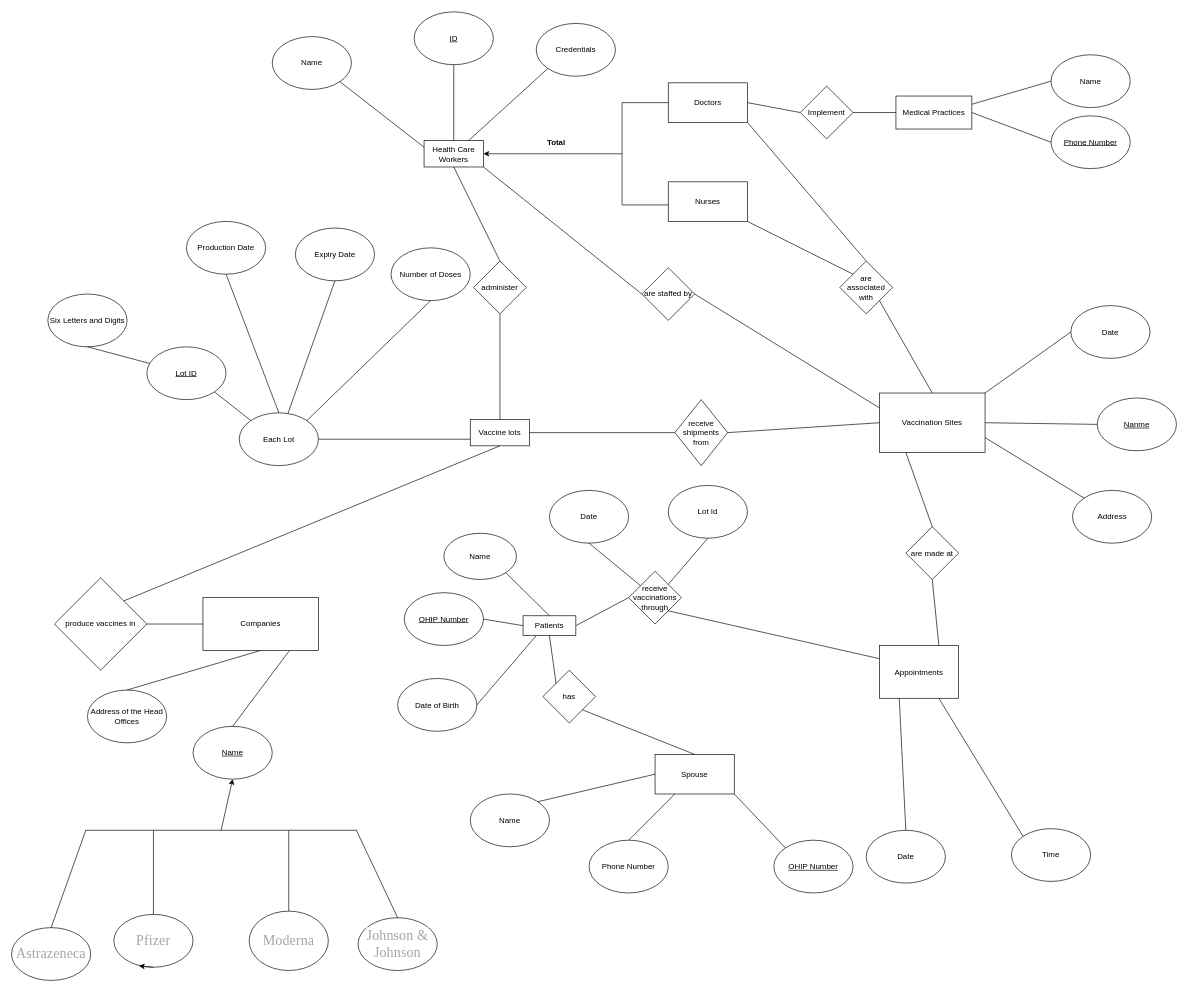
The draw.io diagram as1.drawio in Jonascccc/CISC332, before the edit. Source tidied: cells renumbered, new cells numbered last; positions are measured from the earlier drawing's top-left corner, leaving out a move shared by most shapes. Both pictures are drawn from the tidied source at 66%, with x=0, y=0 at pixel (11, 11).
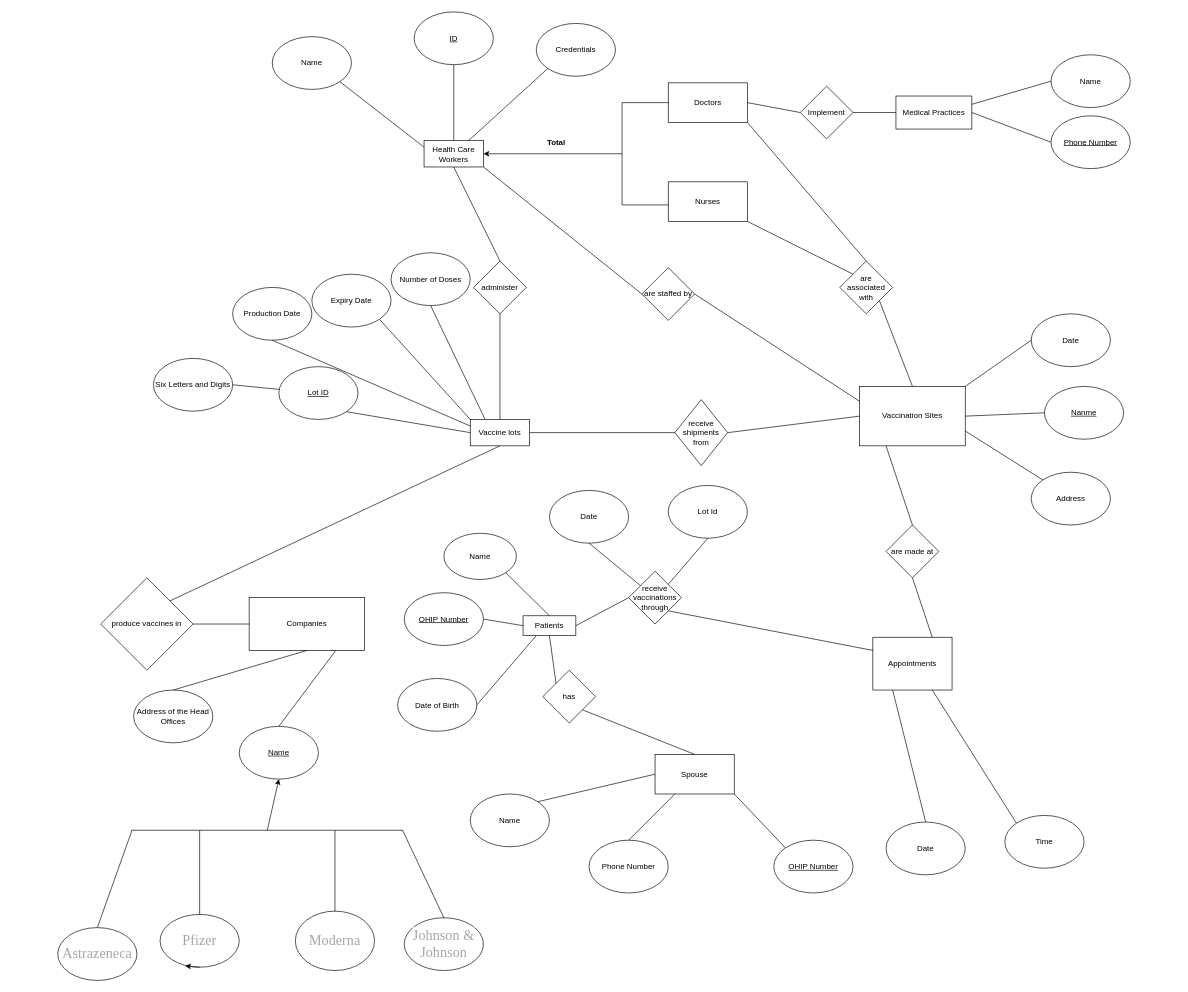
The same diagram, later.

Unchanged cells that the change refers to:
```xml
<mxCell id="3" value="Vaccine lots" style="rounded=0;whiteSpace=wrap;html=1;" parent="1" vertex="1">
  <mxGeometry x="695" y="618" width="90" height="40" as="geometry" />
</mxCell>
```

Diff of the diagram source:
```diff
@@
     <mxCell id="2" value="Companies" style="rounded=0;whiteSpace=wrap;html=1;" parent="1" vertex="1">
-      <mxGeometry x="290" y="888" width="175" height="80" as="geometry" />
+      <mxGeometry x="360" y="888" width="175" height="80" as="geometry" />
     </mxCell>
@@
     <mxCell id="4" value="Vaccination Sites" style="rounded=0;whiteSpace=wrap;html=1;" parent="1" vertex="1">
-      <mxGeometry x="1315" y="578" width="160" height="90" as="geometry" />
+      <mxGeometry x="1285" y="568" width="160" height="90" as="geometry" />
     </mxCell>
@@
     <mxCell id="7" value="&lt;u&gt;Name&lt;/u&gt;" style="ellipse;whiteSpace=wrap;html=1;" parent="1" vertex="1">
-      <mxGeometry x="275" y="1083" width="120" height="80" as="geometry" />
+      <mxGeometry x="345" y="1083" width="120" height="80" as="geometry" />
     </mxCell>
     <mxCell id="8" value="Address of the Head Offices" style="ellipse;whiteSpace=wrap;html=1;" parent="1" vertex="1">
-      <mxGeometry x="115" y="1028" width="120" height="80" as="geometry" />
+      <mxGeometry x="185" y="1028" width="120" height="80" as="geometry" />
     </mxCell>
@@
     <mxCell id="11" value="&lt;u&gt;Lot ID&lt;/u&gt;" style="ellipse;whiteSpace=wrap;html=1;" parent="1" vertex="1">
-      <mxGeometry x="205" y="508" width="120" height="80" as="geometry" />
+      <mxGeometry x="405" y="538" width="120" height="80" as="geometry" />
     </mxCell>
     <mxCell id="12" value="Six Letters and Digits" style="ellipse;whiteSpace=wrap;html=1;" parent="1" vertex="1">
-      <mxGeometry x="55" y="428" width="120" height="80" as="geometry" />
+      <mxGeometry x="215" y="525.5" width="120" height="80" as="geometry" />
     </mxCell>
-    <mxCell id="13" style="endArrow=none;html=1;rounded=0;entryX=0.5;entryY=1;entryDx=0;entryDy=0;" parent="1" edge="1" source="11" target="12">
+    <mxCell id="13" style="endArrow=none;html=1;rounded=0;entryX=1;entryY=0.5;entryDx=0;entryDy=0;" parent="1" edge="1" source="11" target="12">
       <mxGeometry relative="1" as="geometry" />
     </mxCell>
@@
     <mxCell id="20" value="Production Date" style="ellipse;whiteSpace=wrap;html=1;" parent="1" vertex="1">
-      <mxGeometry x="265" y="318" width="120" height="80" as="geometry" />
+      <mxGeometry x="335" y="418" width="120" height="80" as="geometry" />
     </mxCell>
     <mxCell id="21" value="Expiry Date" style="ellipse;whiteSpace=wrap;html=1;" parent="1" vertex="1">
-      <mxGeometry x="430" y="328" width="120" height="80" as="geometry" />
+      <mxGeometry x="455" y="398" width="120" height="80" as="geometry" />
     </mxCell>
     <mxCell id="22" value="Number of Doses" style="ellipse;whiteSpace=wrap;html=1;" parent="1" vertex="1">
-      <mxGeometry x="575" y="358" width="120" height="80" as="geometry" />
+      <mxGeometry x="575" y="365.5" width="120" height="80" as="geometry" />
     </mxCell>
-    <mxCell id="23" value="Each Lot" style="ellipse;whiteSpace=wrap;html=1;" parent="1" vertex="1">
-      <mxGeometry x="345" y="608" width="120" height="80" as="geometry" />
-    </mxCell>
@@
     <mxCell id="31" value="&lt;u&gt;Nanme&lt;/u&gt;" style="ellipse;whiteSpace=wrap;html=1;" parent="1" vertex="1">
-      <mxGeometry x="1645" y="585.5" width="120" height="80" as="geometry" />
+      <mxGeometry x="1565" y="568" width="120" height="80" as="geometry" />
     </mxCell>
     <mxCell id="32" value="Address" style="ellipse;whiteSpace=wrap;html=1;" parent="1" vertex="1">
-      <mxGeometry x="1607.5" y="725.5" width="120" height="80" as="geometry" />
+      <mxGeometry x="1545" y="698" width="120" height="80" as="geometry" />
     </mxCell>
     <mxCell id="33" value="Date" style="ellipse;whiteSpace=wrap;html=1;" parent="1" vertex="1">
-      <mxGeometry x="1605" y="445.5" width="120" height="80" as="geometry" />
+      <mxGeometry x="1545" y="458" width="120" height="80" as="geometry" />
     </mxCell>
     <mxCell id="34" value="produce vaccines in" style="rhombus;whiteSpace=wrap;html=1;" parent="1" vertex="1">
-      <mxGeometry x="65" y="858" width="140" height="140" as="geometry" />
+      <mxGeometry x="135" y="858" width="140" height="140" as="geometry" />
     </mxCell>
@@
     <mxCell id="39" value="&lt;p class=&quot;MsoNormal&quot;&gt;&lt;span style=&quot;font-family: &amp;#34;times new roman&amp;#34; ; color: rgb(165 , 165 , 165) ; letter-spacing: 0.1pt ; font-size: 16pt ; background: rgb(255 , 255 , 255)&quot;&gt;Johnson &amp;amp; Johnson&lt;/span&gt;&lt;/p&gt;" style="ellipse;whiteSpace=wrap;html=1;strokeColor=default;fillColor=none;" parent="1" vertex="1">
-      <mxGeometry x="525" y="1373" width="120" height="80" as="geometry" />
+      <mxGeometry x="595" y="1373" width="120" height="80" as="geometry" />
     </mxCell>
     <mxCell id="40" value="&lt;p class=&quot;MsoNormal&quot;&gt;&lt;span style=&quot;font-family: &amp;#34;times new roman&amp;#34; ; color: rgb(165 , 165 , 165) ; letter-spacing: 0.1pt ; font-size: 16pt ; background: rgb(255 , 255 , 255)&quot;&gt;Astrazeneca&lt;/span&gt;&lt;/p&gt;" style="ellipse;whiteSpace=wrap;html=1;strokeColor=default;fillColor=none;" parent="1" vertex="1">
-      <mxGeometry y="1388" width="120" height="80" as="geometry" />
+      <mxGeometry x="70" y="1388" width="120" height="80" as="geometry" />
     </mxCell>
@@
     <mxCell id="42" value="&lt;p class=&quot;MsoNormal&quot;&gt;&lt;span style=&quot;font-family: &amp;#34;times new roman&amp;#34; ; color: rgb(165 , 165 , 165) ; letter-spacing: 0.1pt ; font-size: 16pt ; background: rgb(255 , 255 , 255)&quot;&gt;Moderna&lt;/span&gt;&lt;/p&gt;" style="ellipse;whiteSpace=wrap;html=1;strokeColor=default;fillColor=none;" parent="1" vertex="1">
-      <mxGeometry x="360" y="1363" width="120" height="90" as="geometry" />
+      <mxGeometry x="430" y="1363" width="120" height="90" as="geometry" />
     </mxCell>
     <mxCell id="43" value="&lt;p class=&quot;MsoNormal&quot;&gt;&lt;span style=&quot;font-family: &amp;#34;times new roman&amp;#34; ; color: rgb(165 , 165 , 165) ; letter-spacing: 0.1pt ; font-size: 16pt ; background: rgb(255 , 255 , 255)&quot;&gt;Pfizer&lt;/span&gt;&lt;/p&gt;" style="ellipse;whiteSpace=wrap;html=1;strokeColor=default;fillColor=none;" parent="1" vertex="1">
-      <mxGeometry x="155" y="1368" width="120" height="80" as="geometry" />
+      <mxGeometry x="225" y="1368" width="120" height="80" as="geometry" />
     </mxCell>
@@
     <mxCell id="47" value="Time" style="ellipse;whiteSpace=wrap;html=1;strokeColor=default;fillColor=none;" parent="1" vertex="1">
-      <mxGeometry x="1515" y="1238" width="120" height="80" as="geometry" />
+      <mxGeometry x="1505" y="1218" width="120" height="80" as="geometry" />
     </mxCell>
     <mxCell id="48" value="Date" style="ellipse;whiteSpace=wrap;html=1;strokeColor=default;fillColor=none;" parent="1" vertex="1">
-      <mxGeometry x="1295" y="1240.5" width="120" height="80" as="geometry" />
+      <mxGeometry x="1325" y="1228" width="120" height="80" as="geometry" />
     </mxCell>
     <mxCell id="49" value="Appointments" style="rounded=0;whiteSpace=wrap;html=1;strokeColor=default;fillColor=none;" parent="1" vertex="1">
-      <mxGeometry x="1315" y="960.5" width="120" height="80" as="geometry" />
+      <mxGeometry x="1305" y="948" width="120" height="80" as="geometry" />
     </mxCell>
     <mxCell id="50" value="are made at" style="rhombus;whiteSpace=wrap;html=1;strokeColor=default;fillColor=none;" parent="1" vertex="1">
-      <mxGeometry x="1355" y="780.5" width="80" height="80" as="geometry" />
+      <mxGeometry x="1325" y="778" width="80" height="80" as="geometry" />
     </mxCell>
@@
     <mxCell id="63" style="shape=partialRectangle;whiteSpace=wrap;html=1;right=0;top=0;bottom=0;fillColor=none;routingCenterX=-0.5;rotation=90;" parent="1" vertex="1">
-      <mxGeometry x="235" y="1118" width="165" height="410" as="geometry" />
+      <mxGeometry x="305" y="1118" width="165" height="410" as="geometry" />
     </mxCell>
@@
-    <mxCell id="92" style="endArrow=none;html=1;rounded=0;entryX=0;entryY=0.75;entryDx=0;entryDy=0;exitX=1;exitY=0.5;exitDx=0;exitDy=0;" parent="1" edge="1" source="23" target="3">
-      <mxGeometry relative="1" as="geometry" />
-    </mxCell>
@@
-    <mxCell id="94" style="endArrow=none;html=1;rounded=0;entryX=1;entryY=1;entryDx=0;entryDy=0;exitX=0;exitY=0;exitDx=0;exitDy=0;" parent="1" edge="1" source="23" target="11">
+    <mxCell id="94" style="endArrow=none;html=1;rounded=0;entryX=1;entryY=1;entryDx=0;entryDy=0;exitX=0;exitY=0.5;exitDx=0;exitDy=0;" parent="1" edge="1" source="3" target="11">
       <mxGeometry relative="1" as="geometry" />
     </mxCell>
-    <mxCell id="95" style="endArrow=none;html=1;rounded=0;entryX=0.5;entryY=1;entryDx=0;entryDy=0;exitX=0.5;exitY=0;exitDx=0;exitDy=0;" parent="1" edge="1" source="23" target="20">
+    <mxCell id="95" style="endArrow=none;html=1;rounded=0;entryX=0.5;entryY=1;entryDx=0;entryDy=0;exitX=0;exitY=0.25;exitDx=0;exitDy=0;" parent="1" edge="1" source="3" target="20">
       <mxGeometry relative="1" as="geometry" />
     </mxCell>
-    <mxCell id="96" style="endArrow=none;html=1;rounded=0;entryX=0.5;entryY=1;entryDx=0;entryDy=0;" parent="1" edge="1" source="23" target="21">
+    <mxCell id="96" style="endArrow=none;html=1;rounded=0;entryX=1;entryY=1;entryDx=0;entryDy=0;exitX=0;exitY=0;exitDx=0;exitDy=0;" parent="1" edge="1" source="3" target="21">
       <mxGeometry relative="1" as="geometry" />
     </mxCell>
-    <mxCell id="97" style="endArrow=none;html=1;rounded=0;entryX=0.5;entryY=1;entryDx=0;entryDy=0;exitX=1;exitY=0;exitDx=0;exitDy=0;" parent="1" edge="1" source="23" target="22">
+    <mxCell id="97" style="endArrow=none;html=1;rounded=0;entryX=0.5;entryY=1;entryDx=0;entryDy=0;exitX=0.25;exitY=0;exitDx=0;exitDy=0;" parent="1" edge="1" source="3" target="22">
       <mxGeometry relative="1" as="geometry" />
     </mxCell>
```
